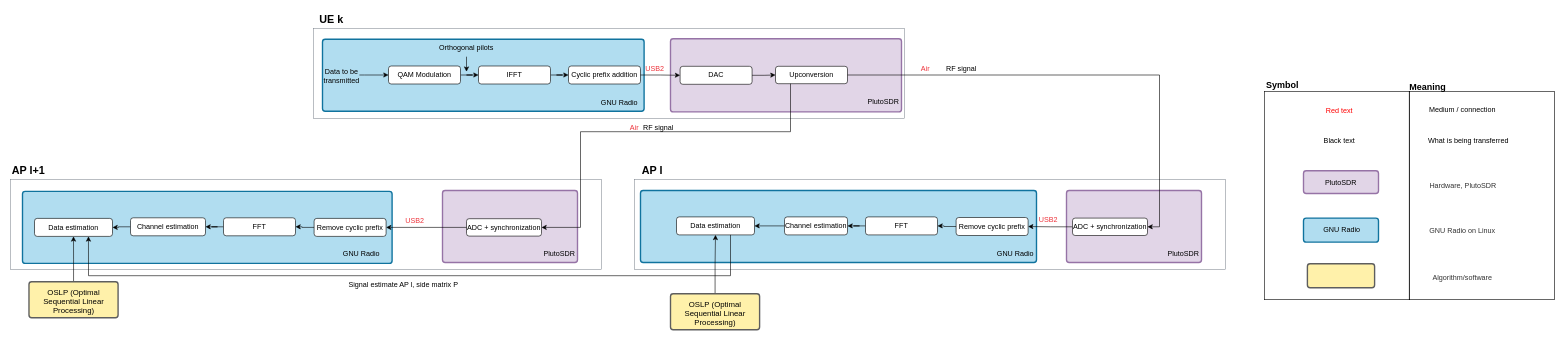
The draw.io diagram Untitled Diagram.drawio in catherinemertens/drawio, before the edit. Source tidied: cells renumbered, new cells numbered last; positions are measured from the earlier drawing's top-left corner, leaving out a move shared by most shapes. Both pictures are drawn from the tidied source at 60%, with x=0, y=0 at pixel (10, 10).
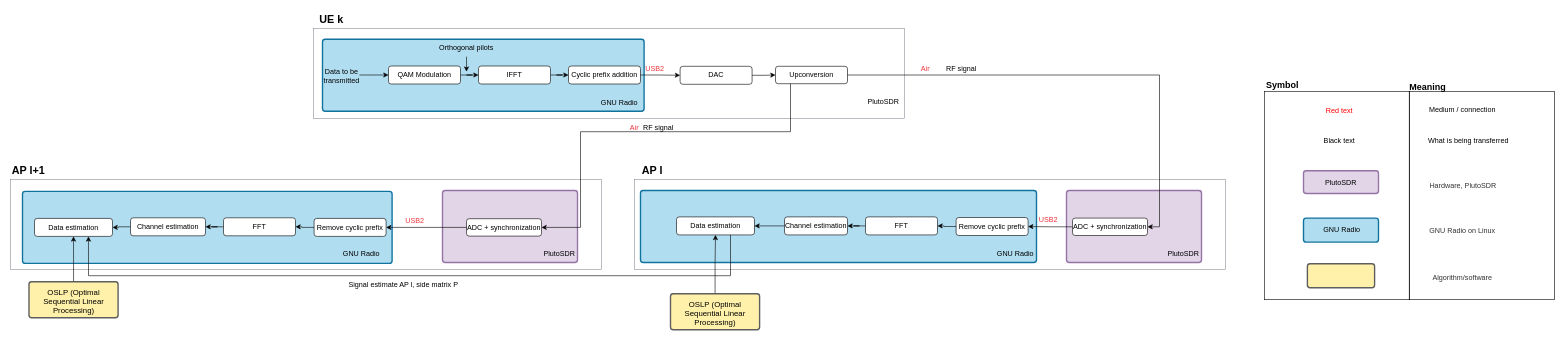
The same diagram, later.

Unchanged cells that the change refers to:
```xml
<mxCell id="2" style="html=1;overflow=block;blockSpacing=1;whiteSpace=wrap;fontSize=13;spacing=0;strokeColor=#6f7681;strokeOpacity=100;fillOpacity=0;fillColor=#ffffff;strokeWidth=0.8;lucidId=N30nDekbUn9Q;" parent="1" vertex="1">
  <mxGeometry x="505" y="30" width="985" height="150" as="geometry" />
</mxCell>
```

What changed in the source:
```diff
@@
-    <mxCell id="11" style="html=1;overflow=block;blockSpacing=1;whiteSpace=wrap;fontSize=13;spacing=9;strokeColor=#9673a6;strokeOpacity=100;fillOpacity=100;rounded=1;absoluteArcSize=1;arcSize=9;fillColor=#e1d5e7;strokeWidth=2.3;lucidId=J80nYq8lnvE4;" parent="2" vertex="1">
-      <mxGeometry x="595" y="17" width="385" height="122" as="geometry" />
-    </mxCell>
```
